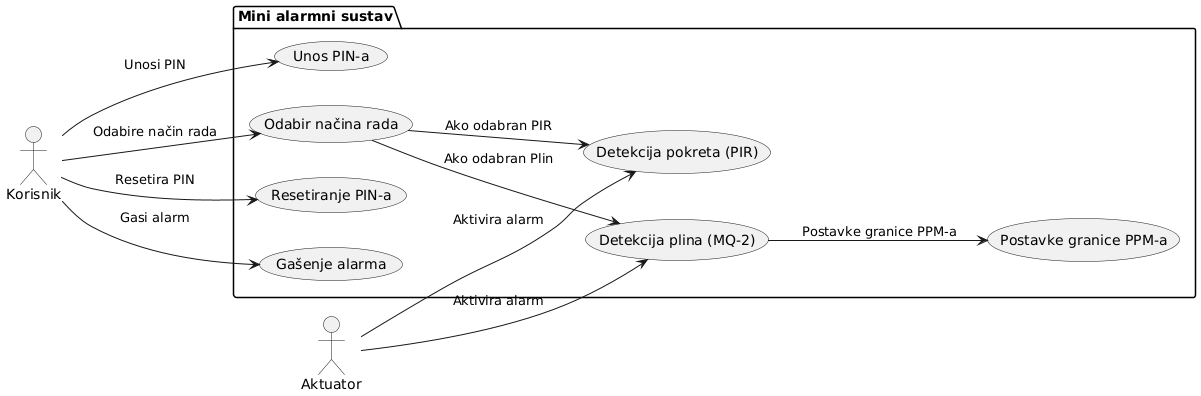
Earlier version of the PlantUML export dijagrami_kodovi/Visokorazinski dijagram obrazaca uporabe cijelog sustava.png (msrajbek-maker/RUS--Mini-alarmni-sustav).
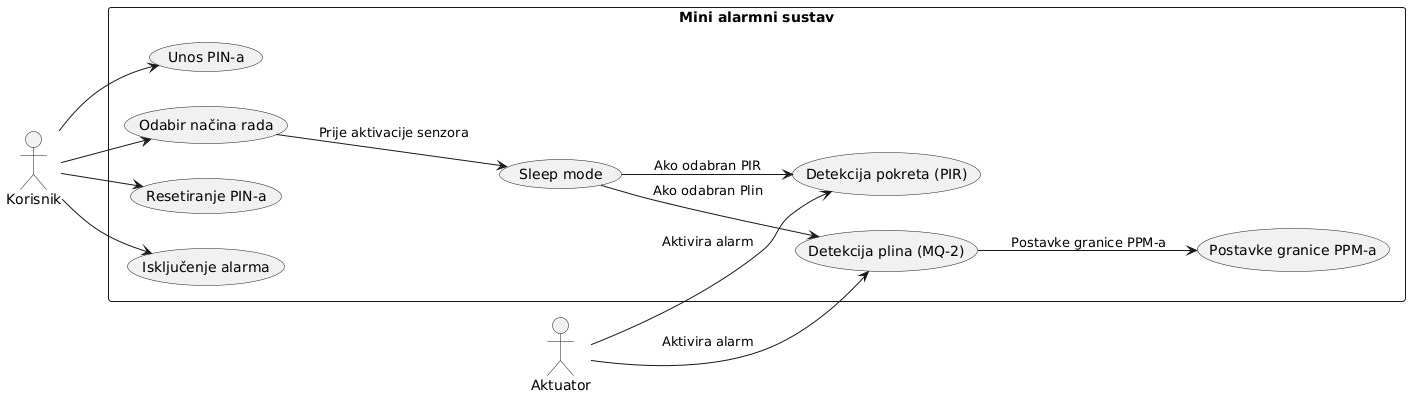
Above is the later version.

Commit message:
RUS--Mini alarmni sustav

What changed in the source:
```diff
@@ -1,25 +1,30 @@
 @startuml
 left to right direction
-actor Korisnik as User
-actor Aktuator as Actuator
 
-package "Mini alarmni sustav" {
+actor Korisnik
+actor Aktuator
+
+rectangle "Mini alarmni sustav" {
   usecase "Unos PIN-a" as UC1
   usecase "Odabir načina rada" as UC2
-  usecase "Detekcija pokreta (PIR)" as UC3
-  usecase "Detekcija plina (MQ-2)" as UC4
-  usecase "Postavke granice PPM-a" as UC5
-  usecase "Resetiranje PIN-a" as UC6
-  usecase "Gašenje alarma" as UC7
+  usecase "Sleep mode" as UC8
+  usecase "Resetiranje PIN-a" as UC3
+  usecase "Isključenje alarma" as UC4
+  usecase "Detekcija pokreta (PIR)" as UC5
+  usecase "Detekcija plina (MQ-2)" as UC6
+  usecase "Postavke granice PPM-a" as UC7
 }
 
-User --> UC1 : Unosi PIN
-User --> UC2 : Odabire način rada
-UC2 --> UC3 : Ako odabran PIR
-UC2 --> UC4 : Ako odabran Plin
-UC4 --> UC5 : Postavke granice PPM-a
-User --> UC6 : Resetira PIN
-User --> UC7 : Gasi alarm
-Actuator --> UC3 : Aktivira alarm
-Actuator --> UC4 : Aktivira alarm
+Korisnik --> UC1
+Korisnik --> UC2
+Korisnik --> UC3
+Korisnik --> UC4
+
+UC2 --> UC8 : Prije aktivacije senzora
+UC8 --> UC5 : Ako odabran PIR
+UC8 --> UC6 : Ako odabran Plin
+UC6 --> UC7 : Postavke granice PPM-a
+
+Aktuator --> UC5 : Aktivira alarm
+Aktuator --> UC6 : Aktivira alarm
 @enduml
```
